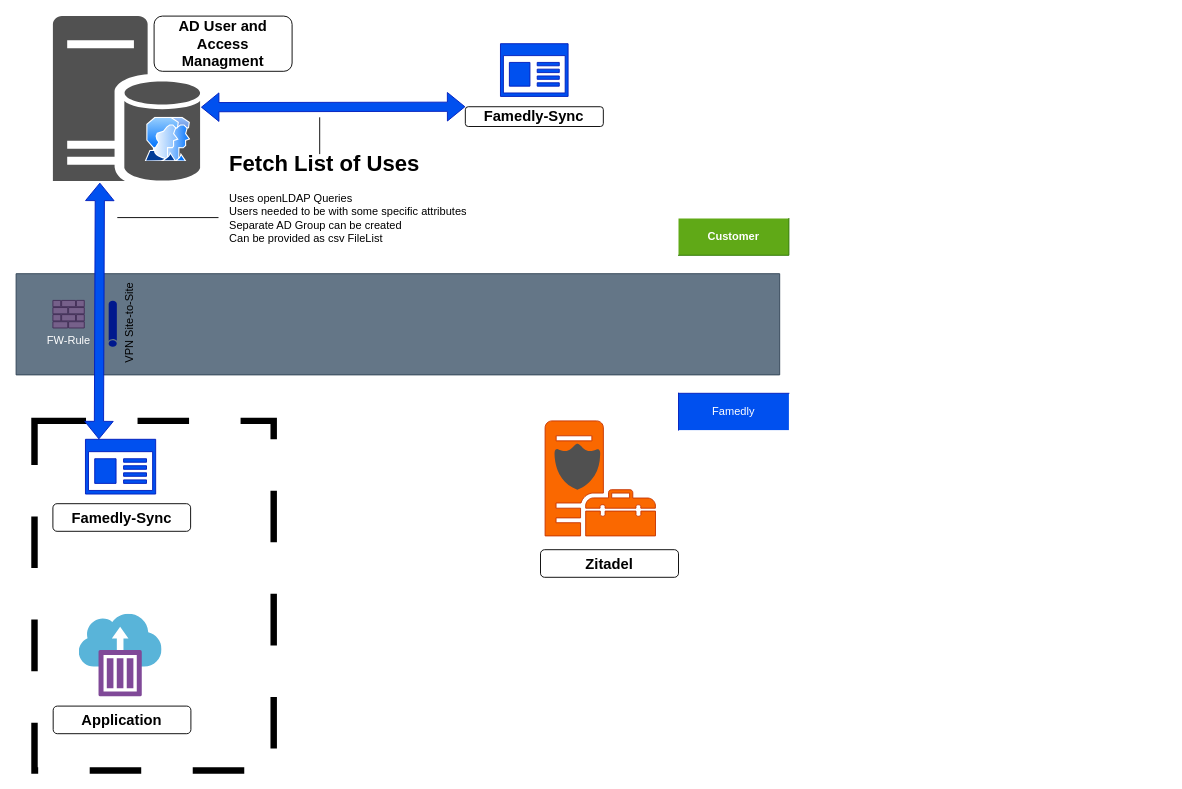
Earlier version of the draw.io diagram Famedly_diagram.drawio (DimitrijaGj/coursera). Source tidied: cells renumbered, new cells numbered last; positions are measured from the earlier drawing's top-left corner, leaving out a move shared by most shapes. Both pictures are drawn from the tidied source at 92%, with x=0, y=0 at pixel (16, 16).
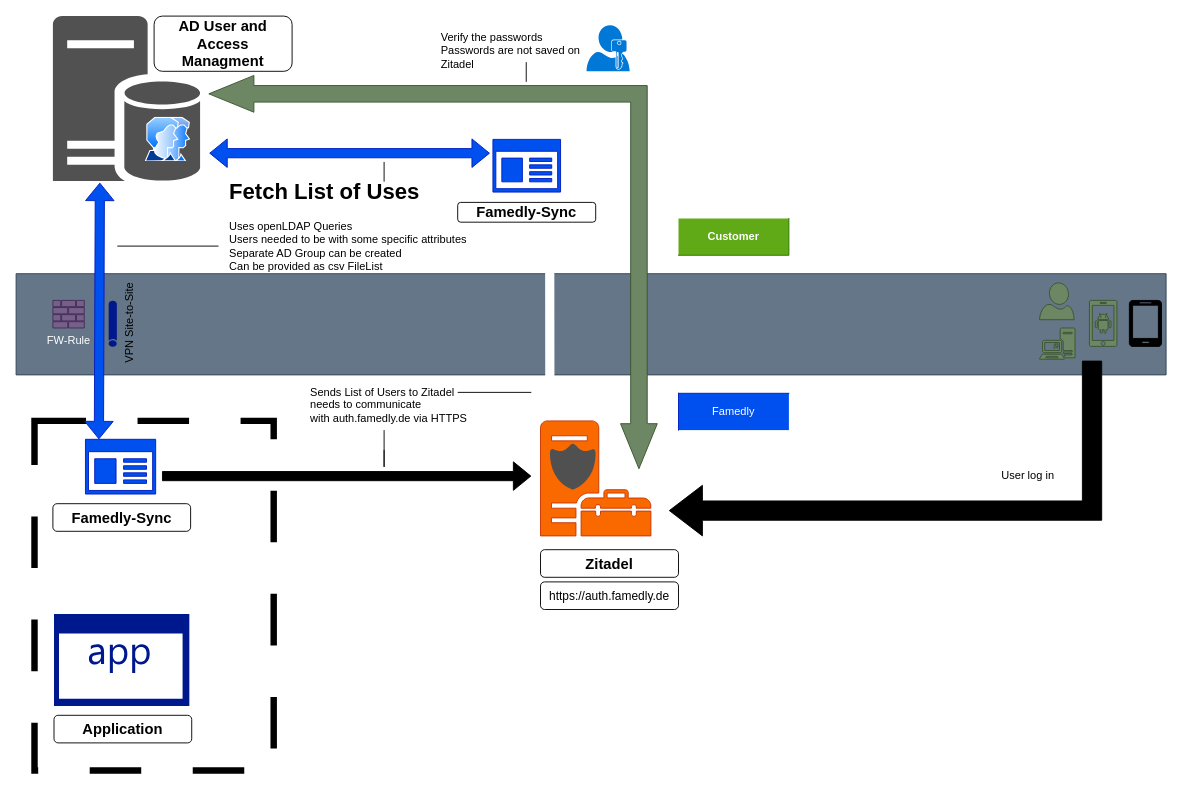
The same page after the edit.

Commit message:
Update all known inffos

Unchanged cells that the change refers to:
```xml
<mxCell id="6" style="sketch=0;shadow=0;dashed=0;html=1;strokeColor=none;labelPosition=center;verticalLabelPosition=bottom;verticalAlign=top;align=center;fillColor=#515151;shape=mxgraph.mscae.enterprise.database_server;" parent="1" vertex="1">
  <mxGeometry x="40" width="160" height="180" as="geometry" />
</mxCell>
```

Diff of the diagram source:
```diff
@@
     <mxCell id="3" style="verticalLabelPosition=bottom;verticalAlign=top;html=1;shape=mxgraph.basic.rect;fillColor2=none;strokeWidth=1;size=20;indent=100;fillColor=#647687;fontColor=#ffffff;strokeColor=#314354;" parent="1" vertex="1">
-      <mxGeometry y="280" width="830" height="110" as="geometry" />
+      <mxGeometry y="280" width="1250" height="110" as="geometry" />
     </mxCell>
@@
     <mxCell id="9" style="sketch=0;shadow=0;dashed=0;html=1;strokeColor=#001DBC;labelPosition=center;verticalLabelPosition=bottom;verticalAlign=top;align=center;fillColor=#0050ef;shape=mxgraph.mscae.enterprise.app_generic;fontColor=#ffffff;" parent="1" vertex="1">
-      <mxGeometry x="526.5" y="30" width="73.5" height="57.3" as="geometry" />
+      <mxGeometry x="518.3" y="134" width="73.5" height="57.3" as="geometry" />
     </mxCell>
@@
     <mxCell id="11" value="&lt;b&gt;&lt;font style=&quot;font-size: 16px; color: light-dark(rgb(0, 0, 0), rgb(255, 255, 255));&quot;&gt;Famedly-Sync&lt;/font&gt;&lt;/b&gt;" style="rounded=1;whiteSpace=wrap;html=1;" parent="1" vertex="1">
-      <mxGeometry x="488.3" y="98.5" width="150" height="21.5" as="geometry" />
+      <mxGeometry x="480" y="202.5" width="150" height="21.5" as="geometry" />
     </mxCell>
@@
     <mxCell id="13" style="sketch=0;shadow=0;dashed=0;html=1;strokeColor=#C73500;labelPosition=center;verticalLabelPosition=bottom;verticalAlign=top;align=center;fillColor=#fa6800;shape=mxgraph.mscae.system_center.management_point;fontColor=#000000;" parent="1" vertex="1">
-      <mxGeometry x="575" y="440" width="120" height="125" as="geometry" />
+      <mxGeometry x="570" y="440" width="120" height="125" as="geometry" />
     </mxCell>
     <mxCell id="14" style="sketch=0;shadow=0;dashed=0;html=1;strokeColor=none;labelPosition=center;verticalLabelPosition=bottom;verticalAlign=top;align=center;fillColor=#505050;shape=mxgraph.mscae.oms.security;" parent="1" vertex="1">
-      <mxGeometry x="585" y="464.8" width="50" height="50" as="geometry" />
+      <mxGeometry x="580" y="464.8" width="50" height="50" as="geometry" />
     </mxCell>
@@
-    <mxCell id="16" style="image;sketch=0;html=1;align=center;fontSize=12;image=img/lib/mscae/Container_Instances.svg;" parent="1" vertex="1">
-      <mxGeometry x="68.6" y="650" width="90" height="90" as="geometry" />
-    </mxCell>
     <mxCell id="17" value="&lt;b&gt;&lt;font style=&quot;font-size: 16px;&quot;&gt;Application&lt;/font&gt;&lt;/b&gt;" style="rounded=1;whiteSpace=wrap;html=1;" parent="1" vertex="1">
-      <mxGeometry x="40.3" y="750" width="149.7" height="30" as="geometry" />
+      <mxGeometry x="41.2" y="760" width="149.7" height="30" as="geometry" />
     </mxCell>
@@
-    <mxCell id="21" style="shape=flexArrow;endArrow=classic;startArrow=classic;html=1;rounded=0;fillColor=#0050ef;strokeColor=#001DBC;exitX=0;exitY=0;exitDx=0;exitDy=0;entryX=1.006;entryY=0.55;entryDx=0;entryDy=0;entryPerimeter=0;" parent="1" edge="1" source="11" target="6">
-      <mxGeometry relative="1" as="geometry" />
+    <mxCell id="21" style="shape=flexArrow;endArrow=classic;startArrow=classic;html=1;rounded=0;fillColor=#0050ef;strokeColor=#001DBC;exitX=-0.045;exitY=0.262;exitDx=0;exitDy=0;exitPerimeter=0;" parent="1" edge="1" source="9">
+      <mxGeometry relative="1" as="geometry">
+        <mxPoint x="210" y="149" as="targetPoint" />
+      </mxGeometry>
     </mxCell>
     <mxCell id="22" value="&lt;h1 style=&quot;margin-top: 0px;&quot;&gt;&lt;span style=&quot;background-color: transparent; color: light-dark(rgb(0, 0, 0), rgb(255, 255, 255));&quot;&gt;Fetch List of Uses&lt;/span&gt;&lt;/h1&gt;&lt;div&gt;&lt;span style=&quot;background-color: transparent;&quot;&gt;&lt;div style=&quot;&quot;&gt;Uses openLDAP Queries&lt;/div&gt;&lt;div style=&quot;&quot;&gt;Users needed to be with some specific attributes&lt;/div&gt;&lt;div style=&quot;&quot;&gt;Separate AD Group can be created&lt;/div&gt;&lt;div style=&quot;&quot;&gt;Can be provided as csv FileList&lt;/div&gt;&lt;/span&gt;&lt;/div&gt;" style="text;html=1;whiteSpace=wrap;overflow=hidden;rounded=0;" parent="1" vertex="1">
-      <mxGeometry x="230" y="140" width="280" height="120" as="geometry" />
+      <mxGeometry x="230" y="170" width="280" height="120" as="geometry" />
     </mxCell>
     <mxCell id="23" style="endArrow=none;html=1;rounded=0;" parent="1" edge="1">
       <mxGeometry relative="1" as="geometry">
-        <mxPoint x="110" y="219" as="sourcePoint" />
-        <mxPoint x="220" y="219" as="targetPoint" />
+        <mxPoint x="110" y="250" as="sourcePoint" />
+        <mxPoint x="220" y="250" as="targetPoint" />
       </mxGeometry>
     </mxCell>
     <mxCell id="24" style="endArrow=none;html=1;rounded=0;" parent="1" edge="1">
       <mxGeometry relative="1" as="geometry">
-        <mxPoint x="330" y="150" as="sourcePoint" />
-        <mxPoint x="330" y="110" as="targetPoint" />
+        <mxPoint x="400" y="180" as="sourcePoint" />
+        <mxPoint x="400" y="158.5" as="targetPoint" />
       </mxGeometry>
     </mxCell>
+    <mxCell id="25" style="shape=flexArrow;endArrow=classic;html=1;rounded=0;fillColor=light-dark(#000000,#6DA5EC);" parent="1" edge="1">
+      <mxGeometry relative="1" as="geometry">
+        <mxPoint x="158.6" y="500" as="sourcePoint" />
+        <mxPoint x="560" y="500" as="targetPoint" />
+      </mxGeometry>
+    </mxCell>
+    <mxCell id="26" style="shape=flexArrow;endArrow=classic;html=1;rounded=0;entryX=0.183;entryY=-0.008;entryDx=0;entryDy=0;entryPerimeter=0;strokeColor=light-dark(default, #6db2ff);fillColor=light-dark(#FFFFFF,#6BA0E6);" parent="1" edge="1">
+      <mxGeometry relative="1" as="geometry">
+        <mxPoint x="580" y="235" as="sourcePoint" />
+        <mxPoint x="580.2" y="440" as="targetPoint" />
+      </mxGeometry>
+    </mxCell>
+    <mxCell id="27" style="sketch=0;shadow=0;dashed=0;html=1;strokeColor=light-dark(#3A5431, #000000);labelPosition=center;verticalLabelPosition=bottom;verticalAlign=top;align=center;fillColor=#6d8764;shape=mxgraph.azure.user;fontColor=#ffffff;" parent="1" vertex="1">
+      <mxGeometry x="1112.4" y="290" width="37.6" height="40" as="geometry" />
+    </mxCell>
+    <mxCell id="28" style="sketch=0;shadow=0;dashed=0;html=1;strokeColor=none;labelPosition=center;verticalLabelPosition=bottom;verticalAlign=top;align=center;fillColor=#00188D;shape=mxgraph.mscae.enterprise.application;" parent="1" vertex="1">
+      <mxGeometry x="41.2" y="650" width="147.1" height="100" as="geometry" />
+    </mxCell>
+    <mxCell id="29" style="sketch=0;shadow=0;dashed=0;html=1;strokeColor=light-dark(#3A5431, #000000);labelPosition=center;verticalLabelPosition=bottom;verticalAlign=top;align=center;fillColor=#6d8764;shape=mxgraph.mscae.enterprise.direct_access_feature;fontColor=#ffffff;" parent="1" vertex="1">
+      <mxGeometry x="1112.4" y="339" width="38.6" height="34" as="geometry" />
+    </mxCell>
+    <mxCell id="30" style="sketch=0;shadow=0;dashed=0;html=1;strokeColor=light-dark(#3A5431, #000000);labelPosition=center;verticalLabelPosition=bottom;verticalAlign=top;align=center;fillColor=#6d8764;shape=mxgraph.mscae.enterprise.android_phone;fontColor=#ffffff;" parent="1" vertex="1">
+      <mxGeometry x="1166.6" y="309" width="30" height="50" as="geometry" />
+    </mxCell>
+    <mxCell id="31" value="&lt;font style=&quot;font-size: 13px;&quot;&gt;https://auth.famedly.de&lt;/font&gt;" style="rounded=1;whiteSpace=wrap;html=1;" parent="1" vertex="1">
+      <mxGeometry x="570" y="615" width="150" height="30" as="geometry" />
+    </mxCell>
+    <mxCell id="32" value="Sends List of Users to Zitadel&#10;needs to communicate&#10;with auth.famedly.de via HTTPS" style="text;whiteSpace=wrap;" parent="1" vertex="1">
+      <mxGeometry x="318.3" y="395" width="200" height="70" as="geometry" />
+    </mxCell>
+    <mxCell id="33" style="endArrow=none;html=1;rounded=0;" parent="1" edge="1">
+      <mxGeometry relative="1" as="geometry">
+        <mxPoint x="480" y="409" as="sourcePoint" />
+        <mxPoint x="560" y="409" as="targetPoint" />
+      </mxGeometry>
+    </mxCell>
+    <mxCell id="34" style="endArrow=none;html=1;rounded=0;" parent="1" edge="1">
+      <mxGeometry relative="1" as="geometry">
+        <mxPoint x="400" y="471.5" as="sourcePoint" />
+        <mxPoint x="400" y="450" as="targetPoint" />
+        <Array as="points">
+          <mxPoint x="400" y="490" />
+        </Array>
+      </mxGeometry>
+    </mxCell>
+    <mxCell id="35" style="html=1;shadow=0;dashed=0;align=center;verticalAlign=middle;shape=mxgraph.arrows2.bendDoubleArrow;dy=9;dx=49;arrowHead=40;rounded=0;rotation=90;fillColor=#6d8764;fontColor=#ffffff;strokeColor=#3A5431;" parent="1" vertex="1">
+      <mxGeometry x="239.5" y="34.5" width="427.5" height="487.5" as="geometry" />
+    </mxCell>
+    <mxCell id="36" style="html=1;shadow=0;dashed=0;align=center;verticalAlign=middle;shape=mxgraph.arrows2.bendArrow;dy=10.5;dx=36;notch=0;arrowHead=55;rounded=0;rotation=-180;fillColor=light-dark(#000000,#799071);" parent="1" vertex="1">
+      <mxGeometry x="710" y="375" width="470" height="190" as="geometry" />
+    </mxCell>
+    <mxCell id="37" value="Verify the passwords&#10;Passwords are not saved on &#10;Zitadel" style="text;whiteSpace=wrap;" parent="1" vertex="1">
+      <mxGeometry x="460" y="10" width="190" height="70" as="geometry" />
+    </mxCell>
+    <mxCell id="38" style="endArrow=none;html=1;rounded=0;" parent="1" edge="1">
+      <mxGeometry relative="1" as="geometry">
+        <mxPoint x="554.5" y="71.5" as="sourcePoint" />
+        <mxPoint x="554.5" y="50" as="targetPoint" />
+      </mxGeometry>
+    </mxCell>
+    <mxCell id="39" style="sketch=0;shadow=0;dashed=0;html=1;strokeColor=none;labelPosition=center;verticalLabelPosition=bottom;verticalAlign=top;align=center;shape=mxgraph.mscae.enterprise.user_permissions;fillColor=#0078D7;" parent="1" vertex="1">
+      <mxGeometry x="620" y="10" width="47" height="50" as="geometry" />
+    </mxCell>
+    <mxCell id="40" style="sketch=0;shadow=0;dashed=0;html=1;strokeColor=light-dark(#000000,#000000);labelPosition=center;verticalLabelPosition=bottom;verticalAlign=top;align=center;fillColor=light-dark(#000000,#799071);shape=mxgraph.azure.mobile;" parent="1" vertex="1">
+      <mxGeometry x="1210" y="309" width="35" height="50" as="geometry" />
+    </mxCell>
+    <mxCell id="41" value="User log in" style="text;html=1;whiteSpace=wrap;strokeColor=none;fillColor=none;align=center;verticalAlign=middle;rounded=0;" parent="1" vertex="1">
+      <mxGeometry x="1070" y="484.8" width="60" height="30" as="geometry" />
+    </mxCell>
```
